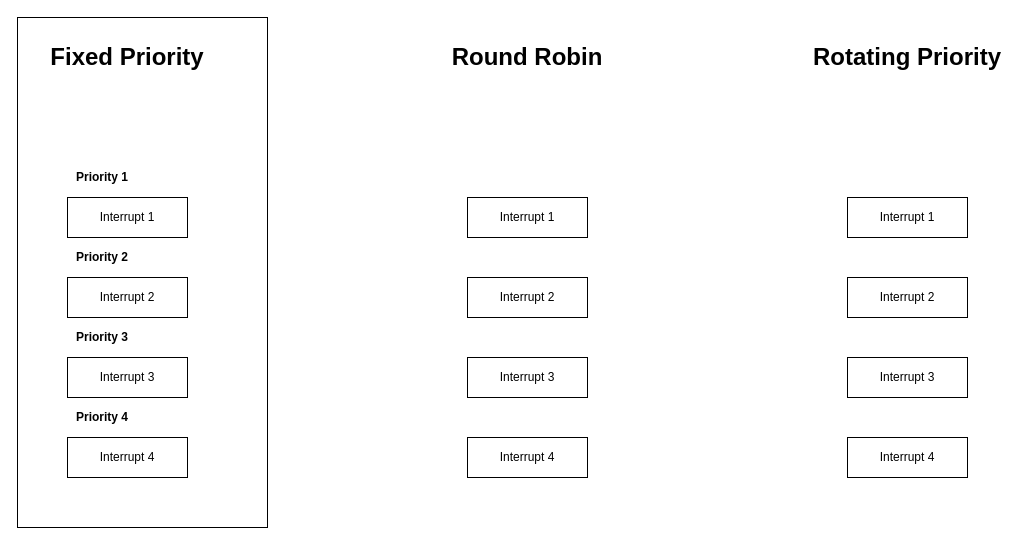
The draw.io diagram page "Resolving Policies" (4 of 5) of CMPE297-1_Group3_BlockDiagram.drawio in teilairwin/CMPE_297-1_CourseProject, before the edit. Source tidied: cells renumbered, new cells numbered last; positions are measured from the earlier drawing's top-left corner, leaving out a move shared by most shapes. Both pictures are drawn from the tidied source at 100%, with x=0, y=0 at pixel (17, 17).
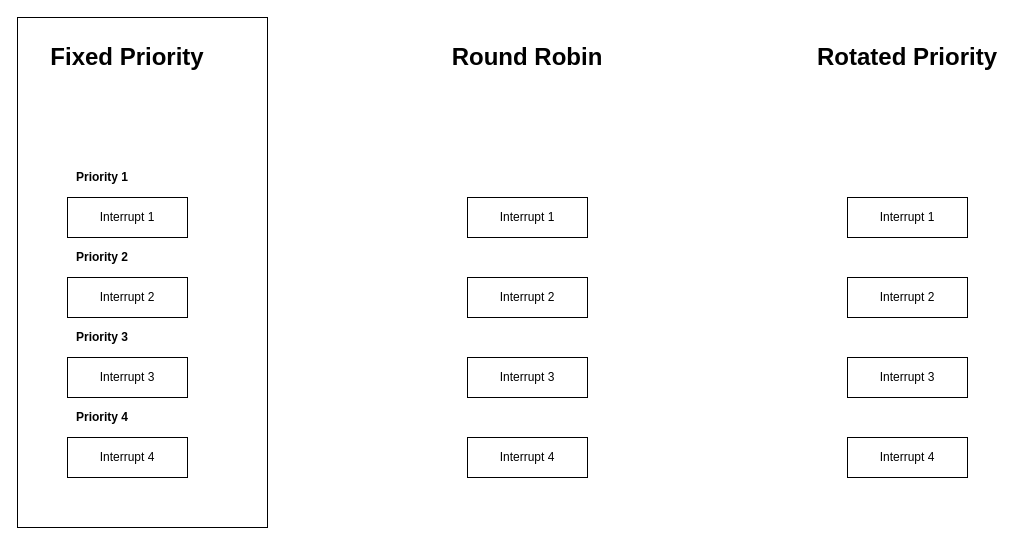
The same diagram, later.

Diff of the diagram source:
```diff
@@
-    <mxCell id="9" value="Rotating Priority" style="text;html=1;strokeColor=none;fillColor=none;align=center;verticalAlign=middle;whiteSpace=wrap;rounded=0;fontSize=24;fontStyle=1;" parent="1" vertex="1">
+    <mxCell id="9" value="Rotated Priority" style="text;html=1;strokeColor=none;fillColor=none;align=center;verticalAlign=middle;whiteSpace=wrap;rounded=0;fontSize=24;fontStyle=1;" parent="1" vertex="1">
       <mxGeometry x="780" y="20" width="220" height="40" as="geometry" />
     </mxCell>
```
